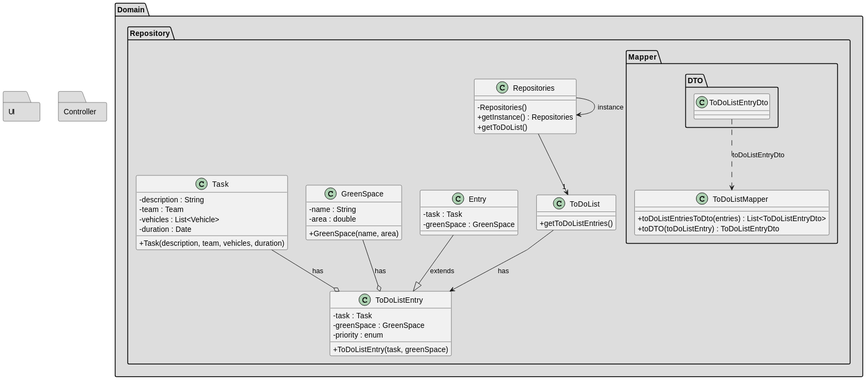
The PlantUML diagram docs/sprintC/us021/03.design/svg/us021-class-diagram.svg in diogoveirospro/lei-24-s2-1dg-g072, before a commit. Its diagram source:
```plantuml
@startuml
skinparam packageStyle rectangle
skinparam shadowing false
skinparam linetype polyline

skinparam classAttributeIconSize 0


package "UI" <<Folder>> #DDDDDD {

}

package "Controller" <<Folder>> #DDDDDD {


}

package "Domain" <<Folder>> #DDDDDD {

package "Repository" <<Folder>> #DDDDDD {

class Repositories {
    - Repositories()
    + getInstance() : Repositories
    + getToDoList()
}

class ToDoList {
    + getToDoListEntries()
}

class Entry {
    - task : Task
    - greenSpace : GreenSpace
}

class GreenSpace {
    - name : String
    - area : double
    + GreenSpace(name, area)
}

class Task {
    - description : String
    - team : Team
    - vehicles : List<Vehicle>
    - duration : Date
    + Task(description, team, vehicles, duration)
}

class ToDoListEntry {
    - task : Task
    - greenSpace : GreenSpace
    - priority : enum
    + ToDoListEntry(task, greenSpace)
}


package "Mapper" <<Folder>> #DDDDDD {
class ToDoListMapper {
    +toDoListEntriesToDto(entries) : List<ToDoListEntryDto>
    +toDTO(toDoListEntry) : ToDoListEntryDto
}

package "DTO" <<Folder>> #DDDDDD {
class ToDoListEntryDto {
}

Repositories --> Repositories : instance
Repositories --> "1" ToDoList


ToDoList --> ToDoListEntry : has
GreenSpace --o ToDoListEntry : has
Task --o ToDoListEntry : has
ToDoListEntryDto ..> ToDoListMapper : toDoListEntryDto
Entry --|> ToDoListEntry : extends
@enduml
```
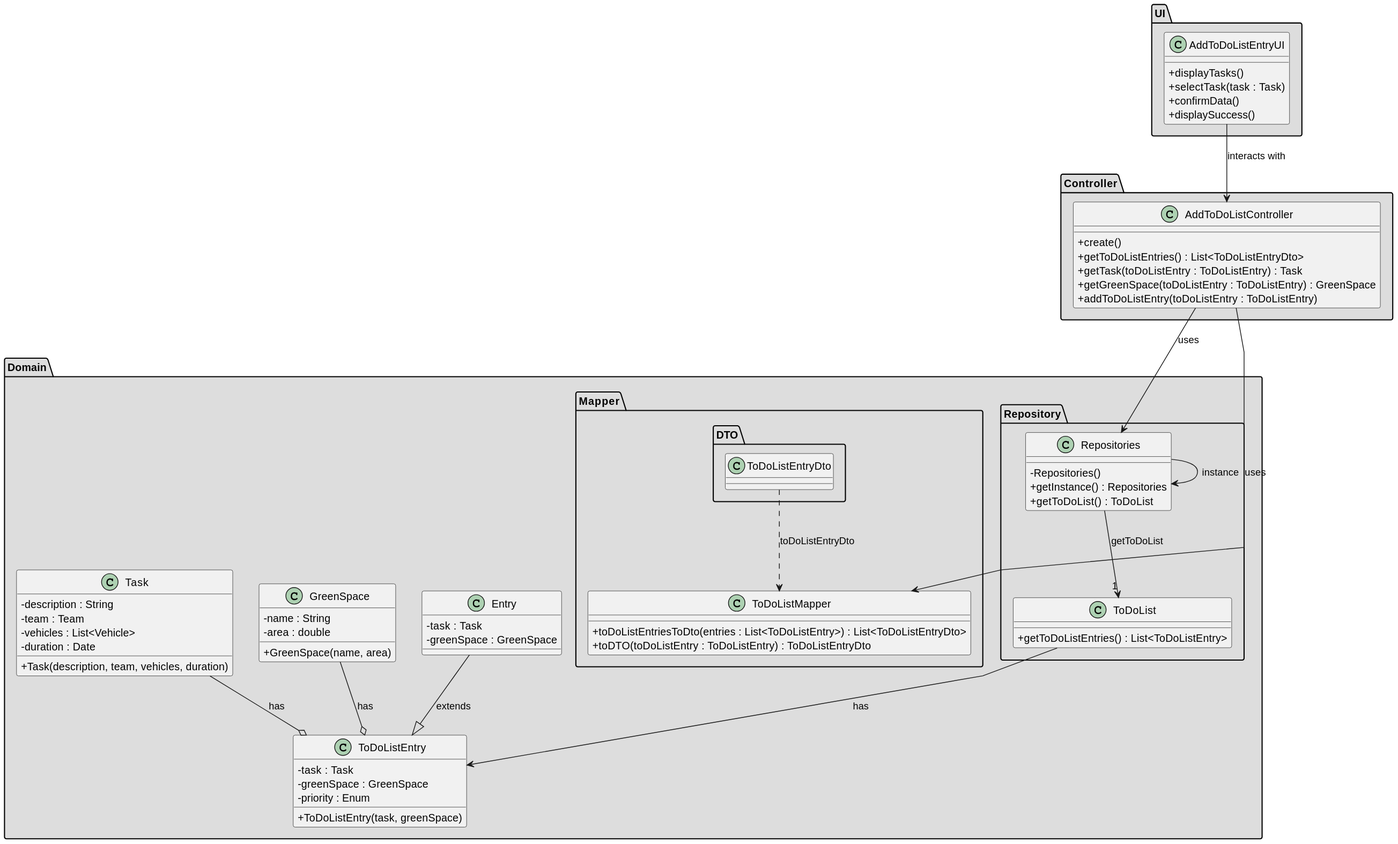
Above is the later version.

Change to the diagram source:
```diff
@@ -7,72 +7,92 @@
 
 
 package "UI" <<Folder>> #DDDDDD {
-
+    class AddToDoListEntryUI {
+        + displayTasks()
+        + selectTask(task : Task)
+        + confirmData()
+        + displaySuccess()
+    }
 }
 
 package "Controller" <<Folder>> #DDDDDD {
-
-
+    class AddToDoListController {
+        + create()
+        + getToDoListEntries() : List<ToDoListEntryDto>
+        + getTask(toDoListEntry : ToDoListEntry) : Task
+        + getGreenSpace(toDoListEntry : ToDoListEntry) : GreenSpace
+        + addToDoListEntry(toDoListEntry : ToDoListEntry)
+    }
 }
 
 package "Domain" <<Folder>> #DDDDDD {
 
-package "Repository" <<Folder>> #DDDDDD {
+    package "Repository" <<Folder>> #DDDDDD {
 
-class Repositories {
-    - Repositories()
-    + getInstance() : Repositories
-    + getToDoList()
+        class Repositories {
+            - Repositories()
+            + getInstance() : Repositories
+            + getToDoList() : ToDoList
+        }
+
+        class ToDoList {
+            + getToDoListEntries() : List<ToDoListEntry>
+        }
+
+    }
+
+    class Entry {
+        - task : Task
+        - greenSpace : GreenSpace
+    }
+
+    class GreenSpace {
+        - name : String
+        - area : double
+        + GreenSpace(name, area)
+    }
+
+    class Task {
+        - description : String
+        - team : Team
+        - vehicles : List<Vehicle>
+        - duration : Date
+        + Task(description, team, vehicles, duration)
+    }
+
+    class ToDoListEntry {
+        - task : Task
+        - greenSpace : GreenSpace
+        - priority : Enum
+        + ToDoListEntry(task, greenSpace)
+    }
+
+    package "Mapper" <<Folder>> #DDDDDD {
+
+        class ToDoListMapper {
+            + toDoListEntriesToDto(entries : List<ToDoListEntry>) : List<ToDoListEntryDto>
+            + toDTO(toDoListEntry : ToDoListEntry) : ToDoListEntryDto
+        }
+
+        package "DTO" <<Folder>> #DDDDDD {
+            class ToDoListEntryDto {
+            }
+        }
+
+    }
+
+    Repositories --> Repositories : instance
+    Repositories --> "1" ToDoList : getToDoList
+
+    ToDoList --> ToDoListEntry : has
+    GreenSpace --o ToDoListEntry : has
+    Task --o ToDoListEntry : has
+    ToDoListEntryDto ..> ToDoListMapper : toDoListEntryDto
+    Entry --|> ToDoListEntry : extends
+
 }
 
-class ToDoList {
-    + getToDoListEntries()
-}
-
-class Entry {
-    - task : Task
-    - greenSpace : GreenSpace
-}
-
-class GreenSpace {
-    - name : String
-    - area : double
-    + GreenSpace(name, area)
-}
-
-class Task {
-    - description : String
-    - team : Team
-    - vehicles : List<Vehicle>
-    - duration : Date
-    + Task(description, team, vehicles, duration)
-}
-
-class ToDoListEntry {
-    - task : Task
-    - greenSpace : GreenSpace
-    - priority : enum
-    + ToDoListEntry(task, greenSpace)
-}
-
-
-package "Mapper" <<Folder>> #DDDDDD {
-class ToDoListMapper {
-    +toDoListEntriesToDto(entries) : List<ToDoListEntryDto>
-    +toDTO(toDoListEntry) : ToDoListEntryDto
-}
-
-package "DTO" <<Folder>> #DDDDDD {
-class ToDoListEntryDto {
-}
-
-Repositories --> Repositories : instance
-Repositories --> "1" ToDoList
-
-
-ToDoList --> ToDoListEntry : has
-GreenSpace --o ToDoListEntry : has
-Task --o ToDoListEntry : has
-ToDoListEntryDto ..> ToDoListMapper : toDoListEntryDto
-Entry --|> ToDoListEntry : extends
+AddToDoListEntryUI --> AddToDoListController : interacts with
+AddToDoListController --> Repositories : uses
+AddToDoListController --> ToDoListMapper : uses
 @enduml
```
